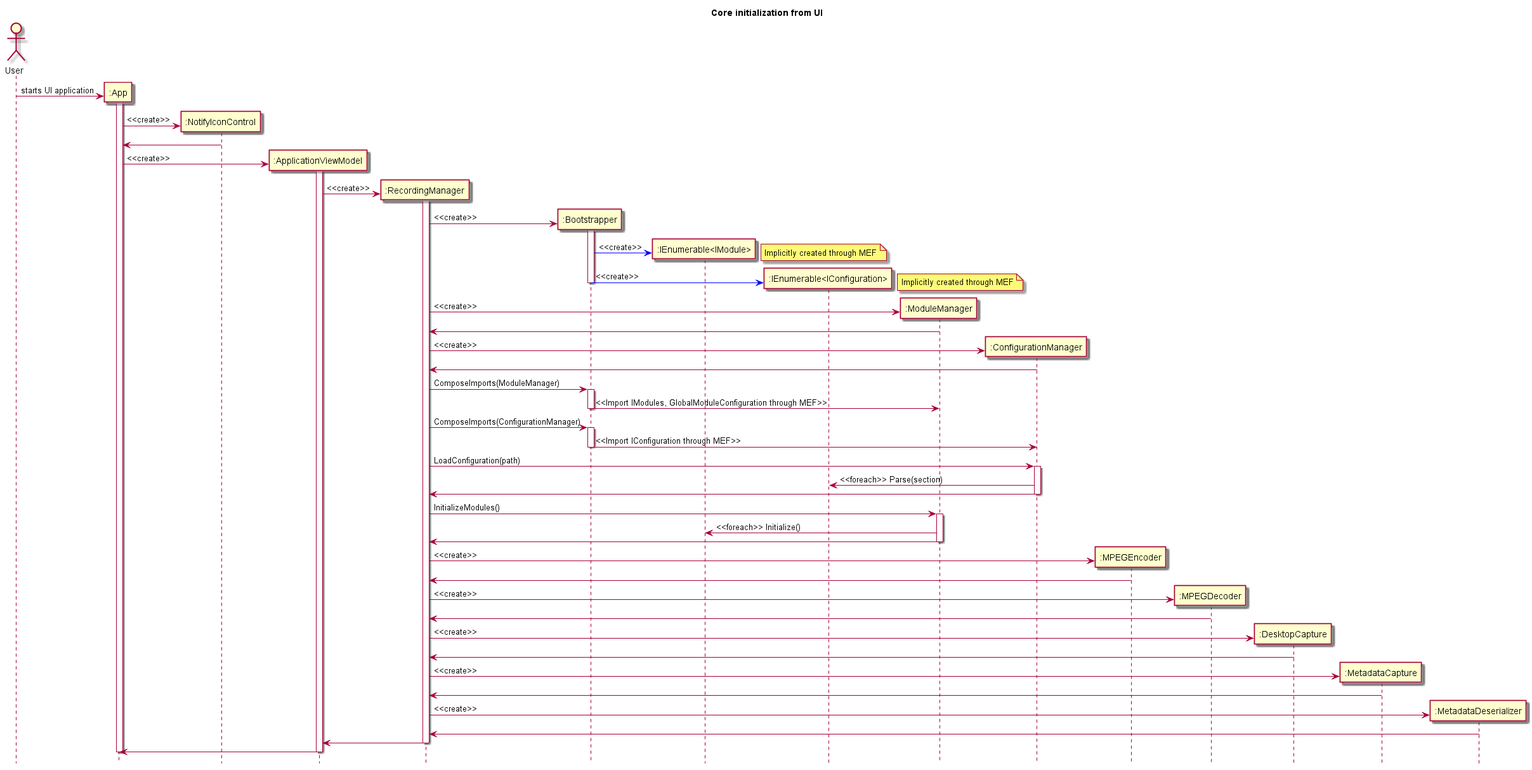
The PlantUML diagram documents/sd/resources/DynamicDiagrams/InitCore.png in insightmind/MORR, before a commit.
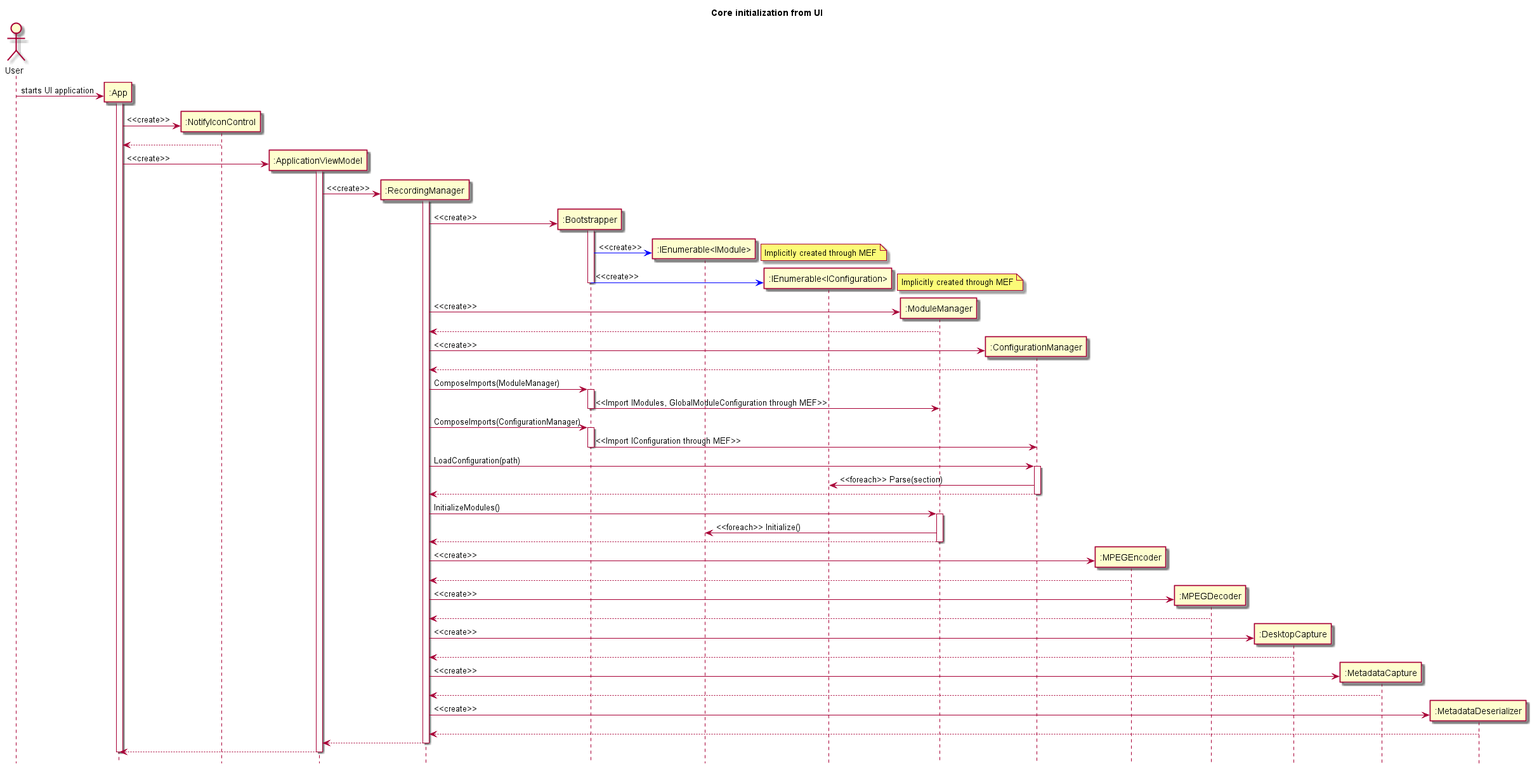
The same file after the commit.

Change to the diagram source:
```diff
@@ -7,7 +7,7 @@
 activate UIApp
 create ":NotifyIconControl" as TrayIcon
 UIApp -> TrayIcon : <<create>>
-UIApp <- TrayIcon
+UIApp <-- TrayIcon
 create ":ApplicationViewModel" as ApplicationViewModel
 UIApp -> ApplicationViewModel : <<create>>
 activate ApplicationViewModel
@@ -30,10 +30,10 @@
 deactivate Bootstrapper
 create ":ModuleManager" as ModuleManager
 RecordingManager -> ModuleManager : <<create>>
-RecordingManager <- ModuleManager
+RecordingManager <-- ModuleManager
 create ":ConfigurationManager" as ConfigurationManager
 RecordingManager -> ConfigurationManager : <<create>>
-RecordingManager <- ConfigurationManager
+RecordingManager <-- ConfigurationManager
 
 RecordingManager -> Bootstrapper : ComposeImports(ModuleManager)
 activate Bootstrapper
@@ -47,33 +47,33 @@
 RecordingManager -> ConfigurationManager : LoadConfiguration(path)
 activate ConfigurationManager
 ConfigurationManager -> IConfigurationsImport : <<foreach>> Parse(section)
-RecordingManager <- ConfigurationManager
+RecordingManager <-- ConfigurationManager
 deactivate ConfigurationManager
 
 RecordingManager -> ModuleManager : InitializeModules()
 activate ModuleManager
 ModuleManager -> IModulesImport : <<foreach>> Initialize()
-RecordingManager <- ModuleManager
+RecordingManager <-- ModuleManager
 deactivate ModuleManager
 
 create ":MPEGEncoder" as MPEGEncoder
 RecordingManager -> MPEGEncoder : <<create>>
-RecordingManager <- MPEGEncoder
+RecordingManager <-- MPEGEncoder
 create ":MPEGDecoder" as MPEGDecoder
 RecordingManager -> MPEGDecoder : <<create>>
-RecordingManager <- MPEGDecoder
+RecordingManager <-- MPEGDecoder
 create ":DesktopCapture" as DesktopCapture
 RecordingManager -> DesktopCapture : <<create>>
-RecordingManager <- DesktopCapture
+RecordingManager <-- DesktopCapture
 create ":MetadataCapture" as MetadataCapture
 RecordingManager -> MetadataCapture : <<create>>
-RecordingManager <- MetadataCapture
+RecordingManager <-- MetadataCapture
 create ":MetadataDeserializer" as MetadataDeserializer
 RecordingManager -> MetadataDeserializer : <<create>>
-RecordingManager <- MetadataDeserializer
-ApplicationViewModel <- RecordingManager
+RecordingManager <-- MetadataDeserializer
+ApplicationViewModel <-- RecordingManager
 deactivate RecordingManager
-UIApp <- ApplicationViewModel
+UIApp <-- ApplicationViewModel
 deactivate ApplicationViewModel
 deactivate UIApp
 @enduml
```
